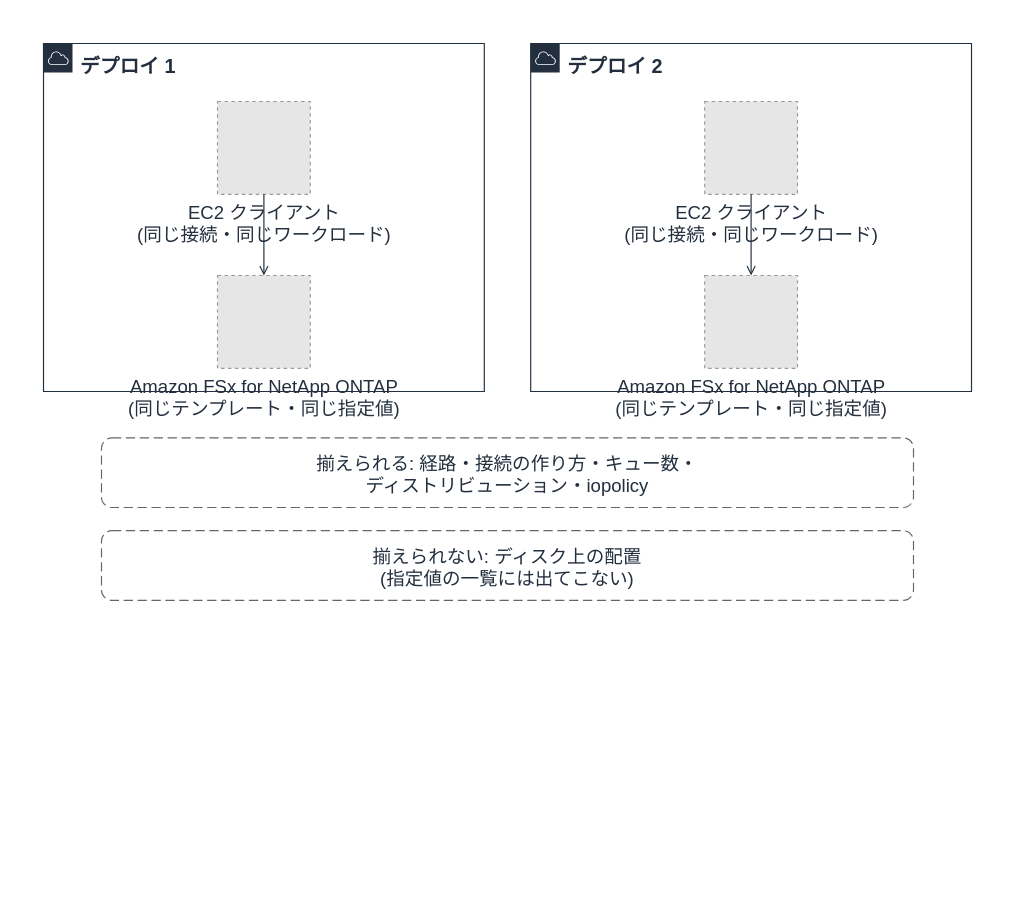
Yoshiki0705/S3-Burst-on-ONTAP-Files keeps this draw.io diagram as docs/_assets/diagrams/s3burst-block-c-layout.drawio. Above is the earlier version. Source tidied: cells renumbered, new cells numbered last; positions are measured from the earlier drawing's top-left corner, leaving out a move shared by most shapes. Both pictures are drawn from the tidied source at 116%, with x=0, y=0 at pixel (43, 43). Pictures stored in the file or linked from it are replaced by grey dashed boxes.
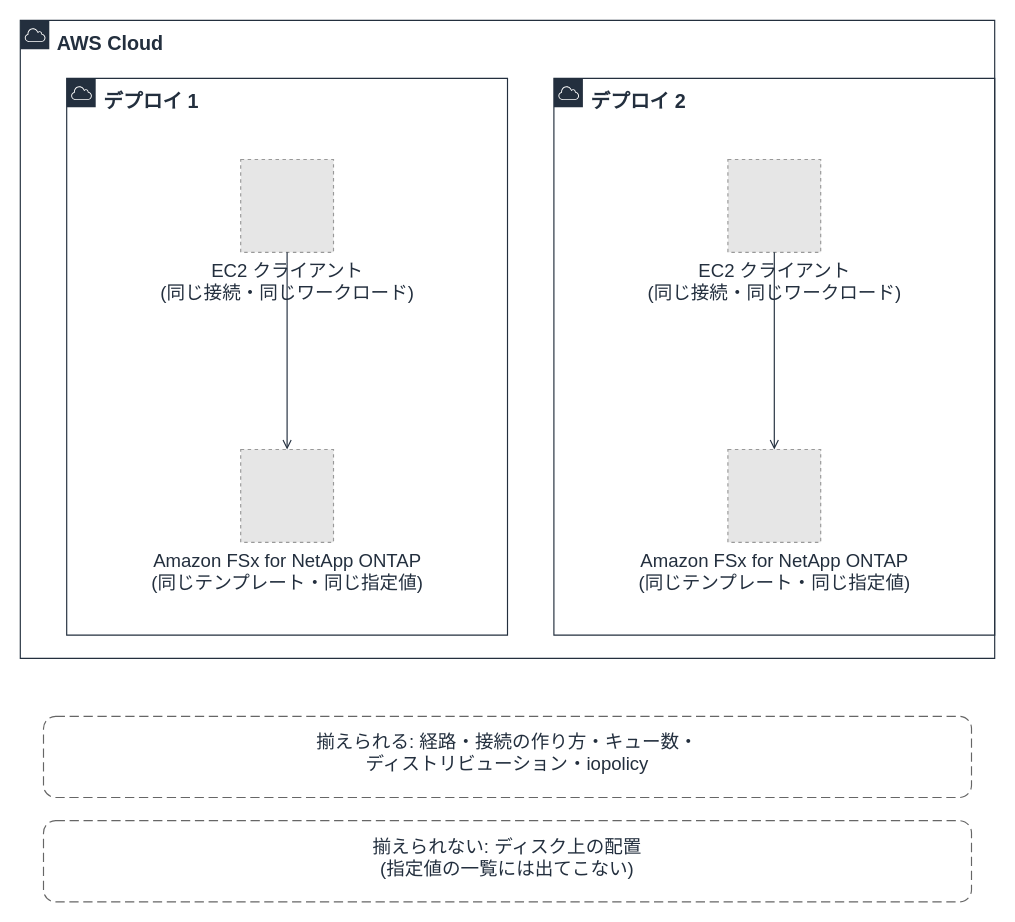
After the change.

What changed in the source:
```diff
@@
 <mxGraphModel>
   <root>
     <mxCell id="0" />
     <mxCell id="1" parent="0" />
+    <mxCell id="12" value="AWS Cloud" style="gradientColor=none;html=1;whiteSpace=wrap;fontSize=17;fontStyle=1;fontColor=#232F3E;shape=mxgraph.aws4.group;grIcon=mxgraph.aws4.group_aws_cloud;strokeColor=#232F3E;fillColor=none;verticalAlign=top;align=left;spacingLeft=30;spacingTop=4;dashed=0;" parent="1" vertex="1">
+      <mxGeometry x="-20" y="-20" width="840" height="550" as="geometry" />
+    </mxCell>
     <mxCell id="2" value="デプロイ 1" style="gradientColor=none;html=1;whiteSpace=wrap;fontSize=17;fontStyle=1;fontColor=#232F3E;shape=mxgraph.aws4.group;grIcon=mxgraph.aws4.group_aws_cloud;strokeColor=#232F3E;fillColor=none;verticalAlign=top;align=left;spacingLeft=30;spacingTop=4;dashed=0;" parent="1" vertex="1">
-      <mxGeometry width="380" height="300" as="geometry" />
+      <mxGeometry x="20" y="30" width="380" height="480" as="geometry" />
     </mxCell>
     <mxCell id="3" value="デプロイ 2" style="gradientColor=none;html=1;whiteSpace=wrap;fontSize=17;fontStyle=1;fontColor=#232F3E;shape=mxgraph.aws4.group;grIcon=mxgraph.aws4.group_aws_cloud;strokeColor=#232F3E;fillColor=none;verticalAlign=top;align=left;spacingLeft=30;spacingTop=4;dashed=0;" parent="1" vertex="1">
-      <mxGeometry x="420" width="380" height="300" as="geometry" />
+      <mxGeometry x="440" y="30" width="380" height="480" as="geometry" />
     </mxCell>
     <mxCell id="4" value="揃えられる: 経路・接続の作り方・キュー数・&lt;br&gt;ディストリビューション・iopolicy" style="rounded=1;whiteSpace=wrap;html=1;dashed=1;dashPattern=8 4;strokeColor=#666666;fillColor=none;fontColor=#232F3E;fontSize=16;verticalAlign=top;align=center;spacingTop=6;" parent="1" vertex="1">
-      <mxGeometry x="50" y="340" width="700" height="60" as="geometry" />
+      <mxGeometry y="580" width="800" height="70" as="geometry" />
     </mxCell>
     <mxCell id="5" value="揃えられない: ディスク上の配置&#10;(指定値の一覧には出てこない)" style="rounded=1;whiteSpace=wrap;html=1;dashed=1;dashPattern=8 4;strokeColor=#666666;fillColor=none;fontColor=#232F3E;fontSize=16;verticalAlign=top;align=center;spacingTop=6;" parent="1" vertex="1">
-      <mxGeometry x="50" y="420" width="700" height="60" as="geometry" />
+      <mxGeometry y="670" width="800" height="70" as="geometry" />
     </mxCell>
     <mxCell id="6" value="EC2 クライアント&#10;(同じ接続・同じワークロード)" style="fillColor=#E6E6E6;strokeColor=#999999;dashed=1;html=1;verticalLabelPosition=bottom;verticalAlign=top;labelPosition=center;align=center;fontSize=16;fontColor=#232F3E;" parent="1" vertex="1">
-      <mxGeometry x="150" y="50" width="80" height="80" as="geometry" />
+      <mxGeometry x="170" y="100" width="80" height="80" as="geometry" />
     </mxCell>
     <mxCell id="7" value="Amazon FSx for NetApp ONTAP&#10;(同じテンプレート・同じ指定値)" style="fillColor=#E6E6E6;strokeColor=#999999;dashed=1;html=1;verticalLabelPosition=bottom;verticalAlign=top;labelPosition=center;align=center;fontSize=16;fontColor=#232F3E;" parent="1" vertex="1">
-      <mxGeometry x="150" y="200" width="80" height="80" as="geometry" />
+      <mxGeometry x="170" y="350" width="80" height="80" as="geometry" />
     </mxCell>
     <mxCell id="8" value="EC2 クライアント&#10;(同じ接続・同じワークロード)" style="fillColor=#E6E6E6;strokeColor=#999999;dashed=1;html=1;verticalLabelPosition=bottom;verticalAlign=top;labelPosition=center;align=center;fontSize=16;fontColor=#232F3E;" parent="1" vertex="1">
-      <mxGeometry x="570" y="50" width="80" height="80" as="geometry" />
+      <mxGeometry x="590" y="100" width="80" height="80" as="geometry" />
     </mxCell>
     <mxCell id="9" value="Amazon FSx for NetApp ONTAP&#10;(同じテンプレート・同じ指定値)" style="fillColor=#E6E6E6;strokeColor=#999999;dashed=1;html=1;verticalLabelPosition=bottom;verticalAlign=top;labelPosition=center;align=center;fontSize=16;fontColor=#232F3E;" parent="1" vertex="1">
-      <mxGeometry x="570" y="200" width="80" height="80" as="geometry" />
+      <mxGeometry x="590" y="350" width="80" height="80" as="geometry" />
     </mxCell>
     <mxCell id="10" style="edgeStyle=orthogonalEdgeStyle;rounded=0;html=1;endArrow=open;endFill=0;strokeColor=#232F3E;strokeWidth=1;fontSize=16;fontColor=#232F3E;" parent="1" edge="1" source="6" target="7">
       <mxGeometry relative="1" as="geometry" />
     </mxCell>
     <mxCell id="11" style="edgeStyle=orthogonalEdgeStyle;rounded=0;html=1;endArrow=open;endFill=0;strokeColor=#232F3E;strokeWidth=1;fontSize=16;fontColor=#232F3E;" parent="1" edge="1" source="8" target="9">
       <mxGeometry relative="1" as="geometry" />
     </mxCell>
   </root>
 </mxGraphModel>
```
